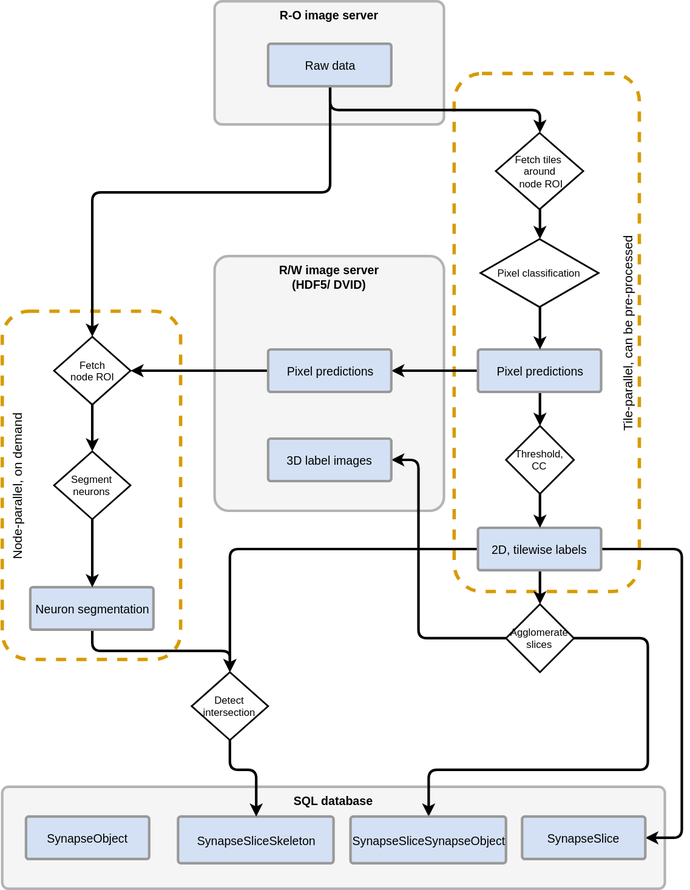
The draw.io diagram architecture/architecture_v2.svg in k-dominik/skeleton_synapses, before a commit. Source tidied: cells renumbered, new cells last; positions are measured from the earlier drawing's top-left corner, leaving out a move shared by most shapes.
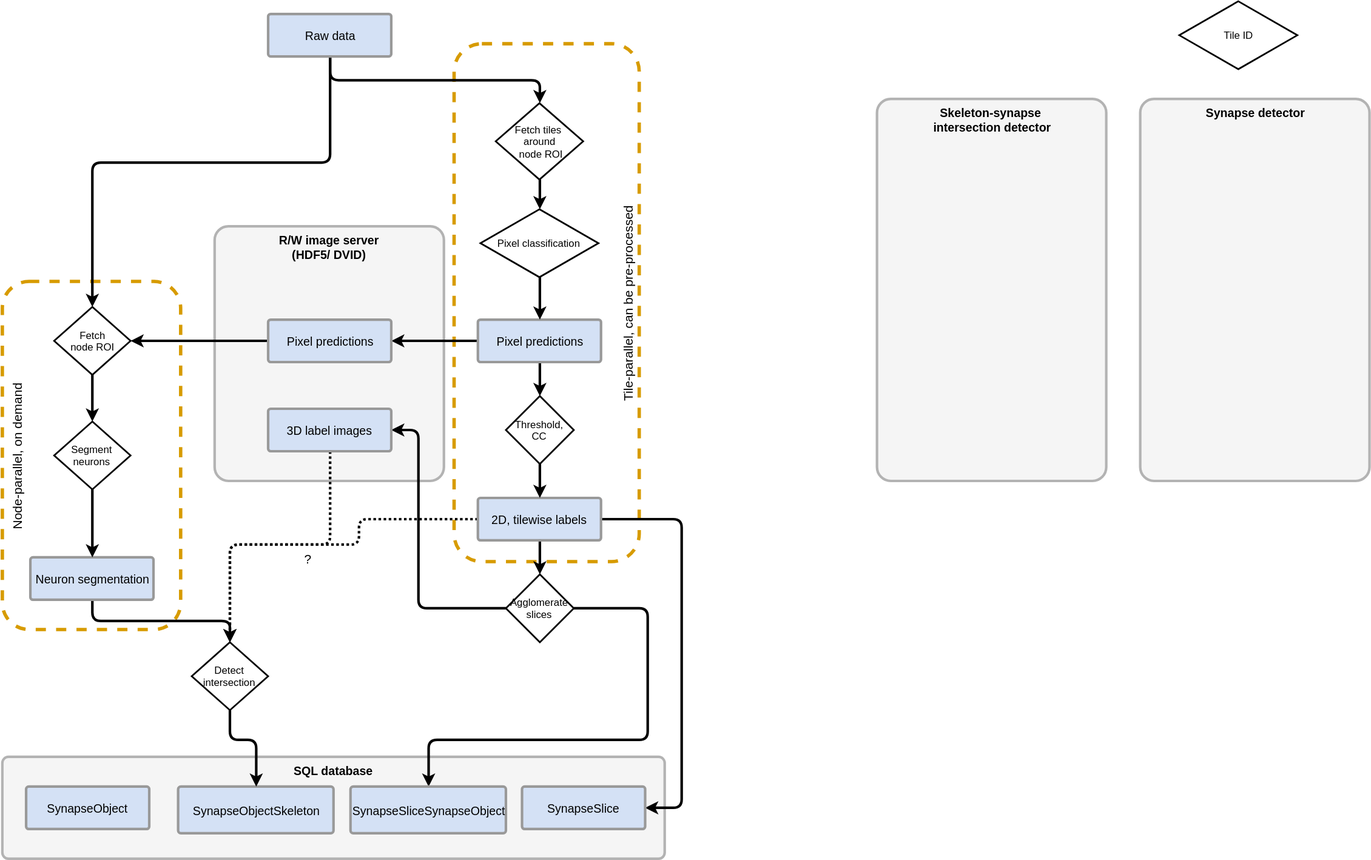
The same diagram one commit later.

Change to the diagram source:
```diff
@@ -34,8 +34,14 @@
         </Array>
       </mxGeometry>
     </mxCell>
-    <mxCell id="11" style="edgeStyle=orthogonalEdgeStyle;rounded=1;html=1;exitX=0;exitY=0.5;exitPerimeter=0;entryX=0.5;entryY=0;startArrow=none;startFill=0;jettySize=auto;strokeColor=#000000;strokeWidth=3;fontSize=15;" parent="1" edge="1" source="12" target="39">
-      <mxGeometry relative="1" as="geometry" />
+    <mxCell id="11" style="edgeStyle=orthogonalEdgeStyle;rounded=1;html=1;exitX=0;exitY=0.5;exitPerimeter=0;entryX=0.5;entryY=0;dashed=1;dashPattern=1 1;startArrow=none;startFill=0;jettySize=auto;strokeColor=#000000;strokeWidth=3;fontSize=15;" parent="1" edge="1" source="12" target="39">
+      <mxGeometry relative="1" as="geometry">
+        <Array as="points">
+          <mxPoint x="420" y="645" />
+          <mxPoint x="420" y="675" />
+          <mxPoint x="268" y="675" />
+        </Array>
+      </mxGeometry>
     </mxCell>
     <mxCell id="12" value="2D, tilewise labels" style="strokeWidth=3;html=1;shape=mxgraph.flowchart.process;whiteSpace=wrap;fillColor=#D4E1F5;fontSize=14;strokeColor=#999999;" parent="1" vertex="1">
       <mxGeometry x="560" y="620" width="145" height="50" as="geometry" />
@@ -96,8 +102,8 @@
     <mxCell id="27" value="Agglomerate slices" style="rhombus;whiteSpace=wrap;html=1;labelBackgroundColor=none;strokeColor=#000000;strokeWidth=2;fillColor=none;fontSize=12;align=center;" parent="1" vertex="1">
       <mxGeometry x="593" y="710" width="80" height="80" as="geometry" />
     </mxCell>
-    <mxCell id="28" value="R-O image server" style="strokeWidth=3;html=1;shape=mxgraph.flowchart.process;whiteSpace=wrap;fillColor=#F5F5F5;fontSize=14;strokeColor=#B3B3B3;fontStyle=1;labelPosition=center;verticalLabelPosition=middle;align=center;verticalAlign=top;" parent="1" vertex="1">
-      <mxGeometry x="250" width="270" height="145" as="geometry" />
+    <mxCell id="28" value="Synapse detector" style="strokeWidth=3;html=1;shape=mxgraph.flowchart.process;whiteSpace=wrap;fillColor=#F5F5F5;fontSize=14;strokeColor=#B3B3B3;fontStyle=1;labelPosition=center;verticalLabelPosition=middle;align=center;verticalAlign=top;" parent="1" vertex="1">
+      <mxGeometry x="1340" y="150" width="270" height="450" as="geometry" />
     </mxCell>
     <mxCell id="29" style="edgeStyle=orthogonalEdgeStyle;rounded=1;html=1;exitX=0.5;exitY=1;exitPerimeter=0;entryX=0.5;entryY=0;startArrow=none;startFill=0;jettySize=auto;strokeColor=#000000;strokeWidth=3;fontSize=12;" parent="1" edge="1" source="31" target="16">
       <mxGeometry relative="1" as="geometry" />
@@ -119,6 +125,19 @@
     <mxCell id="33" value="Pixel predictions" style="strokeWidth=3;html=1;shape=mxgraph.flowchart.process;whiteSpace=wrap;fillColor=#D4E1F5;fontSize=14;strokeColor=#999999;" parent="1" vertex="1">
       <mxGeometry x="313" y="410" width="145" height="50" as="geometry" />
     </mxCell>
+    <mxCell id="41" style="edgeStyle=orthogonalEdgeStyle;rounded=1;html=1;exitX=0.5;exitY=1;exitPerimeter=0;entryX=0.5;entryY=0;startArrow=none;startFill=0;jettySize=auto;strokeColor=#000000;strokeWidth=3;fontSize=15;dashed=1;dashPattern=1 1;" parent="1" edge="1" source="34" target="39">
+      <mxGeometry relative="1" as="geometry">
+        <Array as="points">
+          <mxPoint x="386" y="675" />
+          <mxPoint x="268" y="675" />
+        </Array>
+      </mxGeometry>
+    </mxCell>
+    <mxCell id="42" value="&lt;div&gt;&lt;br&gt;&lt;/div&gt;?" style="text;html=1;align=center;verticalAlign=middle;labelBackgroundColor=none;fontSize=15;" parent="41" vertex="1">
+      <mxGeometry x="-0.36" y="-28" relative="1" as="geometry">
+        <mxPoint x="-27" y="35" as="offset" />
+      </mxGeometry>
+    </mxCell>
     <mxCell id="34" value="3D label images" style="strokeWidth=3;html=1;shape=mxgraph.flowchart.process;whiteSpace=wrap;fillColor=#D4E1F5;fontSize=14;strokeColor=#999999;" parent="1" vertex="1">
       <mxGeometry x="313" y="515" width="145" height="50" as="geometry" />
     </mxCell>
@@ -128,7 +147,7 @@
     <mxCell id="36" value="SynapseSliceSynapseObject" style="strokeWidth=3;html=1;shape=mxgraph.flowchart.process;whiteSpace=wrap;fillColor=#D4E1F5;fontSize=14;strokeColor=#999999;" parent="1" vertex="1">
       <mxGeometry x="410" y="960" width="183" height="55" as="geometry" />
     </mxCell>
-    <mxCell id="37" value="SynapseSliceSkeleton" style="strokeWidth=3;html=1;shape=mxgraph.flowchart.process;whiteSpace=wrap;fillColor=#D4E1F5;fontSize=14;strokeColor=#999999;" parent="1" vertex="1">
+    <mxCell id="37" value="SynapseObjectSkeleton" style="strokeWidth=3;html=1;shape=mxgraph.flowchart.process;whiteSpace=wrap;fillColor=#D4E1F5;fontSize=14;strokeColor=#999999;" parent="1" vertex="1">
       <mxGeometry x="207" y="960" width="183" height="55" as="geometry" />
     </mxCell>
     <mxCell id="38" style="edgeStyle=orthogonalEdgeStyle;rounded=1;html=1;exitX=0.5;exitY=1;entryX=0.5;entryY=0;entryPerimeter=0;startArrow=none;startFill=0;jettySize=auto;strokeColor=#000000;strokeWidth=3;fontSize=12;" parent="1" edge="1" source="39" target="37">
@@ -145,5 +164,11 @@
     <mxCell id="40" value="SynapseObject" style="strokeWidth=3;html=1;shape=mxgraph.flowchart.process;whiteSpace=wrap;fillColor=#D4E1F5;fontSize=14;strokeColor=#999999;" parent="1" vertex="1">
       <mxGeometry x="28" y="960" width="145" height="50" as="geometry" />
     </mxCell>
+    <mxCell id="43" value="Tile ID" style="rhombus;whiteSpace=wrap;html=1;labelBackgroundColor=none;strokeColor=#000000;strokeWidth=2;fillColor=none;fontSize=12;align=center;" parent="1" vertex="1">
+      <mxGeometry x="1386" y="35" width="139" height="80" as="geometry" />
+    </mxCell>
+    <mxCell id="44" value="Skeleton-synapse&amp;nbsp;&lt;div&gt;intersection detector&lt;/div&gt;" style="strokeWidth=3;html=1;shape=mxgraph.flowchart.process;whiteSpace=wrap;fillColor=#F5F5F5;fontSize=14;strokeColor=#B3B3B3;fontStyle=1;labelPosition=center;verticalLabelPosition=middle;align=center;verticalAlign=top;" parent="1" vertex="1">
+      <mxGeometry x="1030" y="150" width="270" height="450" as="geometry" />
+    </mxCell>
   </root>
 </mxGraphModel>
```
